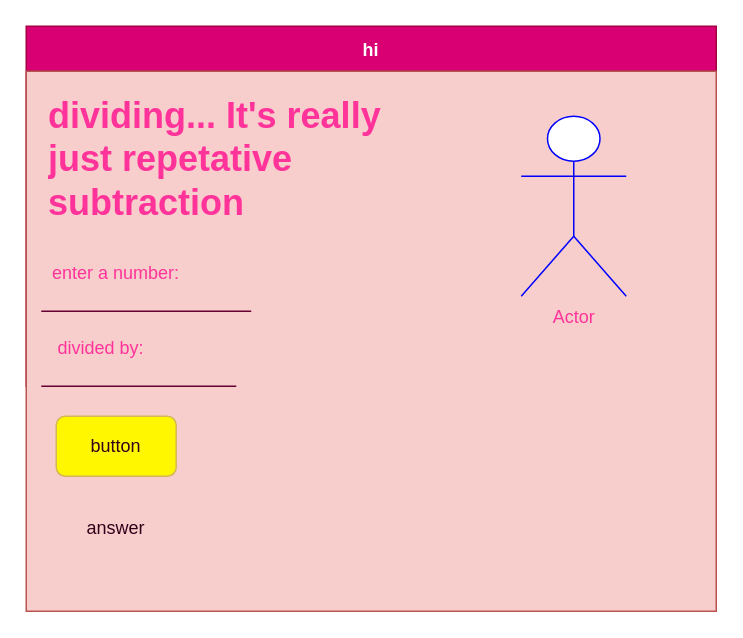
Before: design/storyboard.drawio in sophie-nguyen-0/ICS2O-unit5-08-loops, a draw.io diagram. Source tidied: cells renumbered, new cells numbered last; positions are measured from the earlier drawing's top-left corner, leaving out a move shared by most shapes. Both pictures are drawn from the tidied source at 150%, with x=0, y=0 at pixel (26, 26).
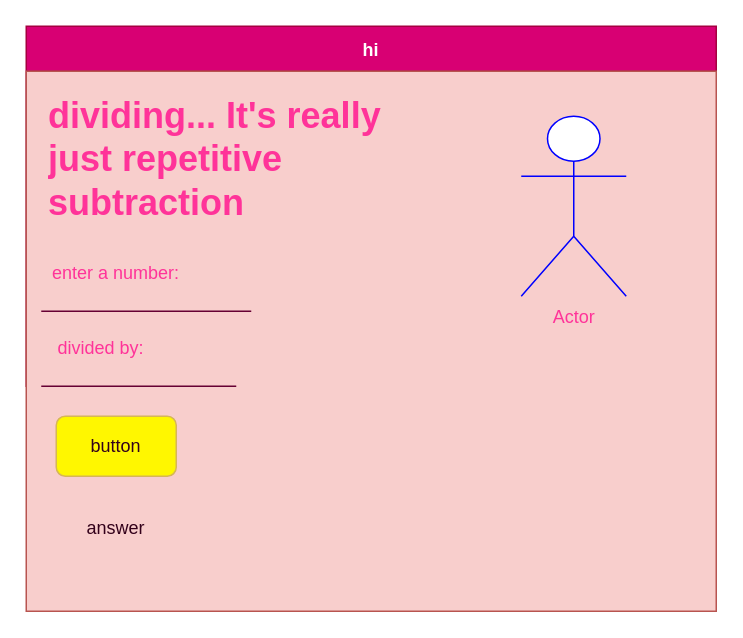
The same diagram, later.

The edit, as a diff of the source:
```diff
@@
 <mxGraphModel>
   <root>
     <mxCell id="0" />
     <mxCell id="1" parent="0" />
     <mxCell id="2" value="hi" style="swimlane;startSize=30;fillColor=#d80073;fontColor=#ffffff;strokeColor=#A50040;" parent="1" vertex="1">
       <mxGeometry width="460" height="240" as="geometry" />
     </mxCell>
     <mxCell id="3" style="rounded=0;whiteSpace=wrap;html=1;fillColor=#f8cecc;strokeColor=#b85450;" parent="1" vertex="1">
       <mxGeometry y="30" width="460" height="360" as="geometry" />
     </mxCell>
     <mxCell id="4" value="&lt;font color=&quot;#ff3399&quot;&gt;Actor&lt;/font&gt;" style="shape=umlActor;verticalLabelPosition=bottom;verticalAlign=top;html=1;strokeColor=#0000FF;" parent="1" vertex="1">
       <mxGeometry x="330" y="60" width="70" height="120" as="geometry" />
     </mxCell>
-    <mxCell id="5" value="&lt;h1&gt;dividing... It's really just repetative subtraction&lt;/h1&gt;" style="text;html=1;strokeColor=none;fillColor=none;spacing=5;spacingTop=-20;whiteSpace=wrap;overflow=hidden;rounded=0;fontColor=#FF3399;" parent="1" vertex="1">
+    <mxCell id="5" value="&lt;h1&gt;dividing... It's really just repetitive subtraction&lt;/h1&gt;" style="text;html=1;strokeColor=none;fillColor=none;spacing=5;spacingTop=-20;whiteSpace=wrap;overflow=hidden;rounded=0;fontColor=#FF3399;" parent="1" vertex="1">
       <mxGeometry x="10" y="40" width="240" height="120" as="geometry" />
     </mxCell>
     <mxCell id="6" value="enter a number:" style="text;html=1;strokeColor=none;fillColor=none;align=center;verticalAlign=middle;whiteSpace=wrap;rounded=0;fontColor=#FF3399;" parent="1" vertex="1">
       <mxGeometry x="10" y="150" width="100" height="30" as="geometry" />
     </mxCell>
     <mxCell id="7" style="endArrow=none;html=1;fontColor=#FF3399;strokeColor=#660033;" parent="1" edge="1">
       <mxGeometry relative="1" as="geometry">
         <mxPoint x="150" y="190" as="sourcePoint" />
         <mxPoint x="10" y="190" as="targetPoint" />
       </mxGeometry>
     </mxCell>
     <mxCell id="8" value="divided by:" style="text;html=1;strokeColor=none;fillColor=none;align=center;verticalAlign=middle;whiteSpace=wrap;rounded=0;fontColor=#FF3399;" parent="1" vertex="1">
       <mxGeometry x="10" y="200" width="80" height="30" as="geometry" />
     </mxCell>
     <mxCell id="9" style="endArrow=none;html=1;fontColor=#FF3399;strokeColor=#660033;" parent="1" edge="1">
       <mxGeometry relative="1" as="geometry">
         <mxPoint x="10" y="240" as="sourcePoint" />
         <mxPoint x="140" y="240" as="targetPoint" />
       </mxGeometry>
     </mxCell>
     <mxCell id="10" value="button" style="rounded=1;whiteSpace=wrap;html=1;strokeColor=#d6b656;fillColor=#FFF700;fontColor=#33001A;" parent="1" vertex="1">
       <mxGeometry x="20" y="260" width="80" height="40" as="geometry" />
     </mxCell>
     <mxCell id="11" value="answer" style="text;html=1;strokeColor=none;fillColor=none;align=center;verticalAlign=middle;whiteSpace=wrap;rounded=0;fontColor=#33001A;" parent="1" vertex="1">
       <mxGeometry x="30" y="320" width="60" height="30" as="geometry" />
     </mxCell>
   </root>
 </mxGraphModel>
```
